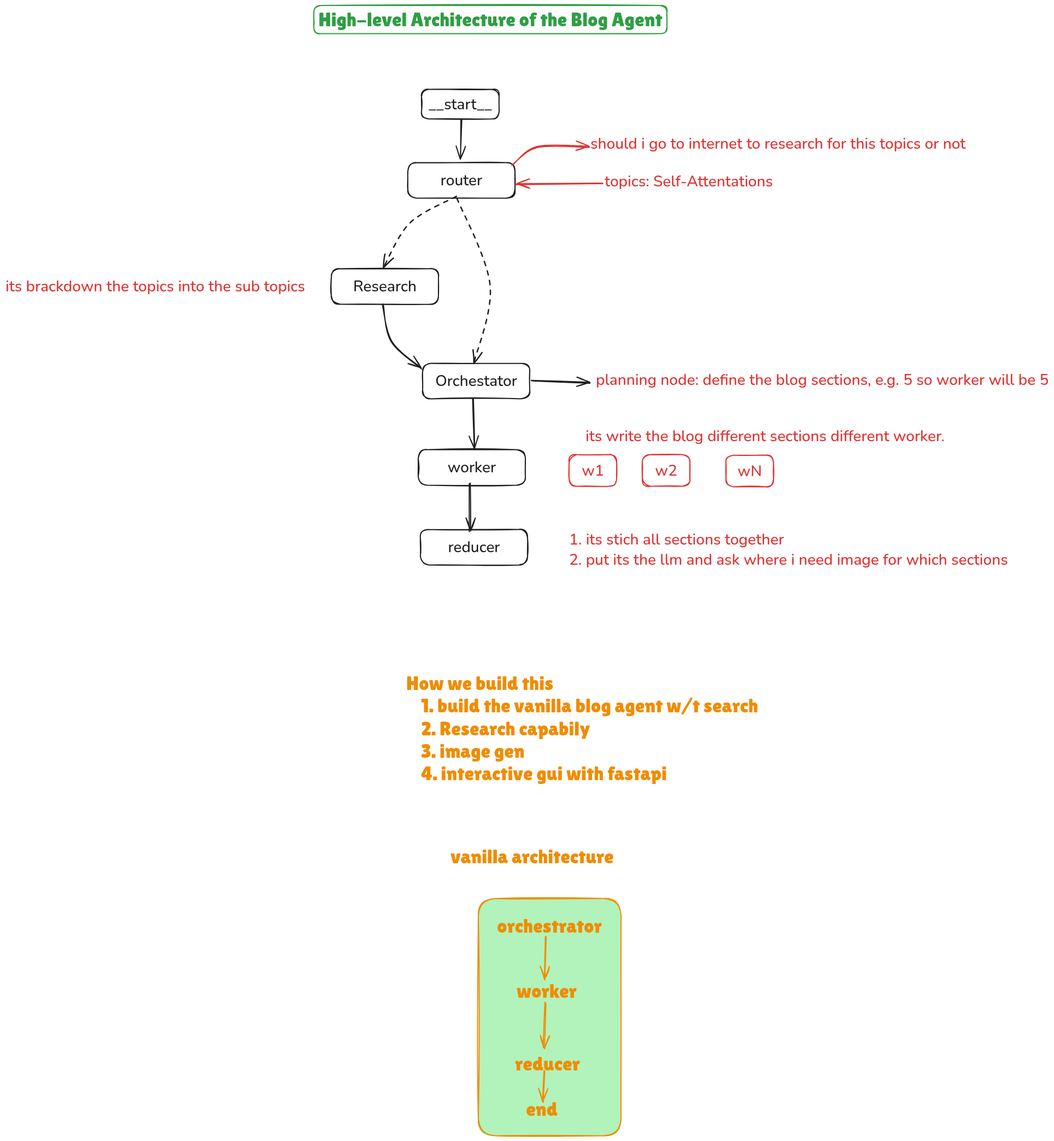
Before: 23-e2e-multi-agent-plan-research-write-blog/agent_architecture.excalidraw.png, a diagram exported from Excalidraw (AIXerum/End-to-End-Agentic-AI-Automation-Lab). Source tidied: one line per element, renumbered; positions are measured from the earlier drawing's top-left corner, leaving out a move shared by most shapes.
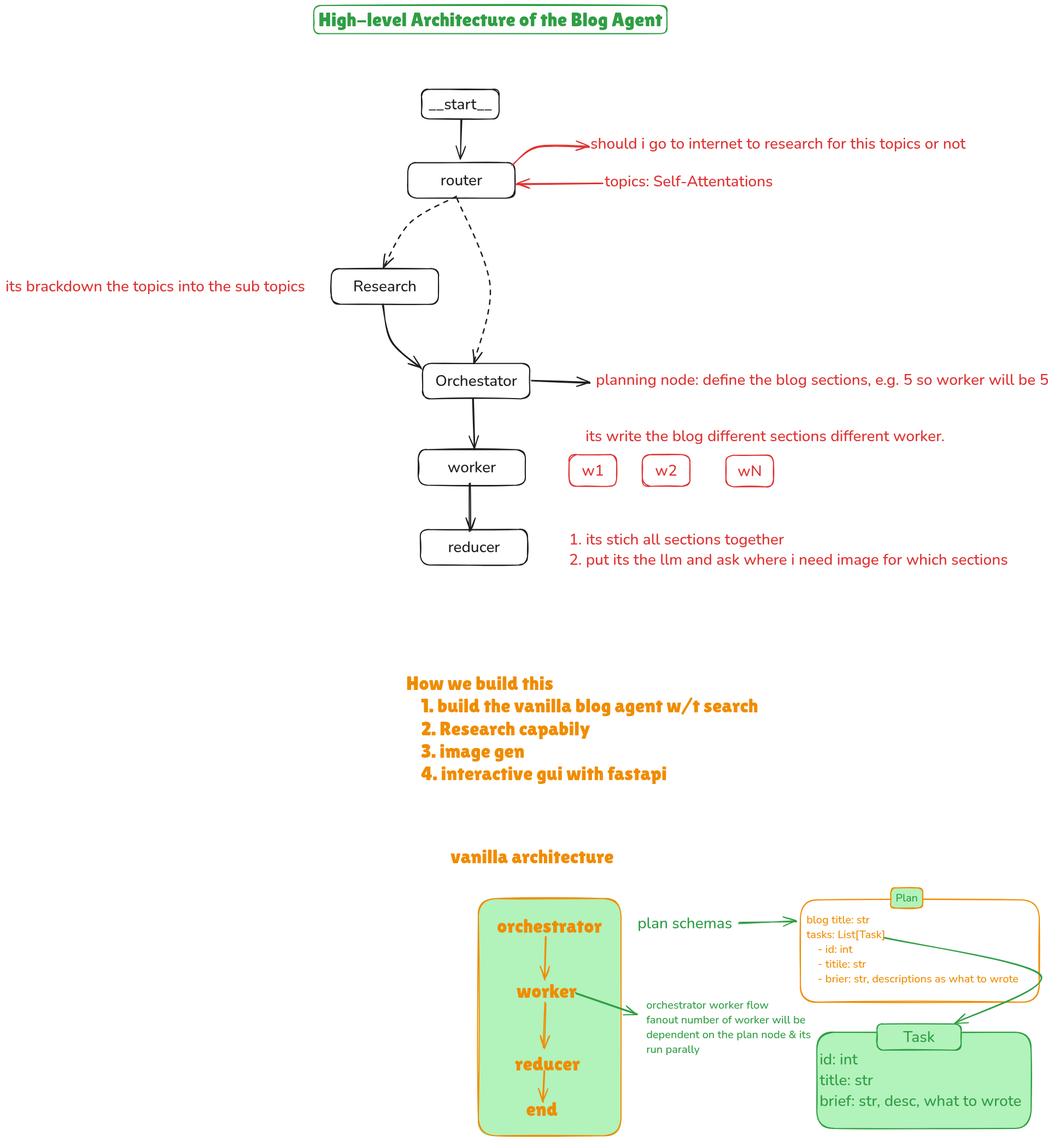
The same file after the commit.

Commit message:
vanilla agent workflow define

What changed in the source:
```diff
@@ -42,3 +42,16 @@
 {"id": 41, "type": "arrow", "strokeColor": "#f08c00", "strokeWidth": 2, "roughness": 1, "endArrowhead": "arrow", "round": true, "from": 38, "to": 39, "x": 989, "y": 1702, "width": 3, "height": 79, "points": [[0, 0], [-3, 79]]}
 {"id": 42, "type": "arrow", "strokeColor": "#f08c00", "strokeWidth": 2, "roughness": 1, "endArrowhead": "arrow", "round": true, "from": 39, "to": 40, "x": 988, "y": 1824, "width": 3, "height": 83, "points": [[0, 0], [-3, 83]]}
 {"id": 43, "type": "arrow", "strokeColor": "#f08c00", "strokeWidth": 2, "roughness": 1, "endArrowhead": "arrow", "round": true, "x": 986, "y": 1948, "width": 2, "height": 57, "points": [[0, 0], [-2, 57]]}
+{"id": 44, "type": "rectangle", "strokeColor": "#f08c00", "strokeWidth": 2, "roughness": 1, "round": true, "x": 1454, "y": 1636, "width": 437, "height": 187}
+{"id": 45, "type": "text", "text": "blog title: str\ntasks: List[Task]\n    - id: int\n    - titile: str\n    - brier: str, descriptions as what to wrote", "strokeColor": "#f08c00", "strokeWidth": 2, "roughness": 1, "fontSize": 20, "fontFamily": 6, "x": 1465, "y": 1659, "width": 388, "height": 135}
+{"id": 46, "type": "rectangle", "strokeColor": "#f08c00", "backgroundColor": "#b2f2bb", "fillStyle": "solid", "strokeWidth": 2, "roughness": 1, "round": true, "x": 1619, "y": 1614, "width": 59, "height": 37}
+{"id": 47, "type": "text", "text": "Plan", "strokeColor": "#2f9e44", "strokeWidth": 2, "roughness": 1, "fontSize": 20, "fontFamily": 6, "textAlign": "center", "verticalAlign": "middle", "inside": 46, "x": 1628, "y": 1619, "width": 41, "height": 27}
+{"id": 48, "type": "rectangle", "strokeColor": "#2f9e44", "backgroundColor": "#b2f2bb", "fillStyle": "solid", "strokeWidth": 2, "roughness": 1, "round": true, "x": 1484, "y": 1878, "width": 392, "height": 176}
+{"id": 49, "type": "text", "text": "id: int\ntitle: str\nbrief: str, desc, what to wrote", "strokeColor": "#2f9e44", "backgroundColor": "#b2f2bb", "fillStyle": "solid", "strokeWidth": 2, "roughness": 1, "fontSize": 28, "fontFamily": 6, "verticalAlign": "middle", "inside": 48, "x": 1489, "y": 1909, "width": 369, "height": 113}
+{"id": 50, "type": "rectangle", "strokeColor": "#2f9e44", "backgroundColor": "#b2f2bb", "fillStyle": "solid", "strokeWidth": 2, "roughness": 1, "round": true, "x": 1594, "y": 1863, "width": 154, "height": 48}
+{"id": 51, "type": "text", "text": "Task", "strokeColor": "#2f9e44", "backgroundColor": "#b2f2bb", "fillStyle": "solid", "strokeWidth": 2, "roughness": 1, "fontSize": 28, "fontFamily": 6, "textAlign": "center", "verticalAlign": "middle", "inside": 50, "x": 1642, "y": 1868, "width": 58, "height": 38}
+{"id": 52, "type": "text", "text": "plan schemas", "strokeColor": "#2f9e44", "backgroundColor": "#b2f2bb", "fillStyle": "solid", "strokeWidth": 2, "roughness": 1, "fontSize": 28, "fontFamily": 6, "x": 1156, "y": 1660, "width": 173, "height": 38}
+{"id": 53, "type": "arrow", "strokeColor": "#2f9e44", "backgroundColor": "#b2f2bb", "fillStyle": "solid", "strokeWidth": 2, "roughness": 1, "endArrowhead": "arrow", "round": true, "from": 52, "to": 45, "x": 1342, "y": 1678, "width": 106, "height": 3, "points": [[0, 0], [106, -3]]}
+{"id": 54, "type": "arrow", "strokeColor": "#2f9e44", "backgroundColor": "#b2f2bb", "fillStyle": "solid", "strokeWidth": 2, "roughness": 1, "endArrowhead": "arrow", "round": true, "to": 50, "x": 1607, "y": 1705, "width": 286, "height": 157, "points": [[0, 0], [286, 68], [130, 157]]}
+{"id": 55, "type": "text", "text": "orchestrator worker flow\nfanout number of worker will be\ndependent on the plan node & its\nrun parally", "strokeColor": "#2f9e44", "backgroundColor": "#b2f2bb", "fillStyle": "solid", "strokeWidth": 2, "roughness": 1, "fontSize": 20, "fontFamily": 6, "x": 1172, "y": 1815, "width": 301, "height": 108}
+{"id": 56, "type": "arrow", "strokeColor": "#2f9e44", "backgroundColor": "#b2f2bb", "fillStyle": "solid", "strokeWidth": 2, "roughness": 1, "endArrowhead": "arrow", "round": true, "from": 39, "to": 55, "x": 1043, "y": 1807, "width": 113, "height": 39, "points": [[0, 0], [113, 39]]}
```
